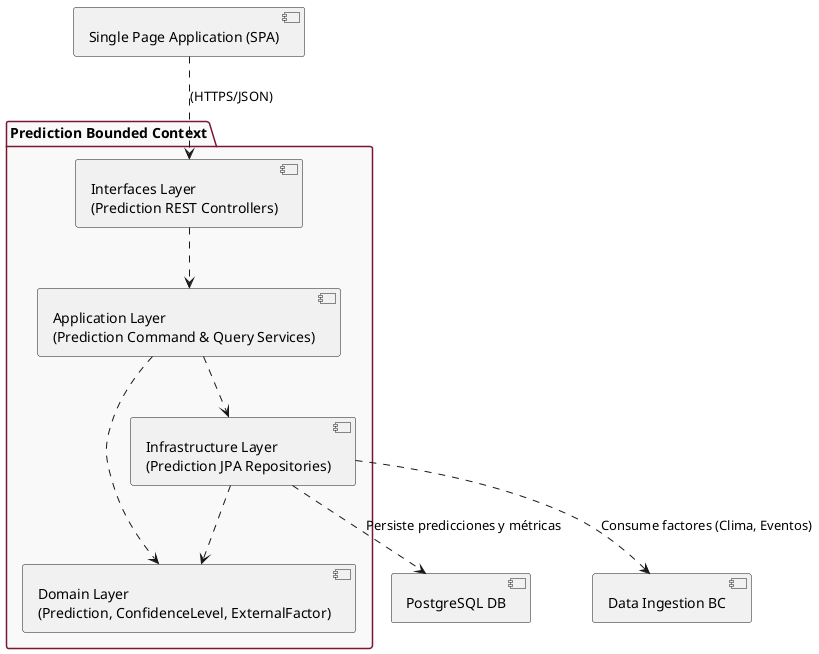
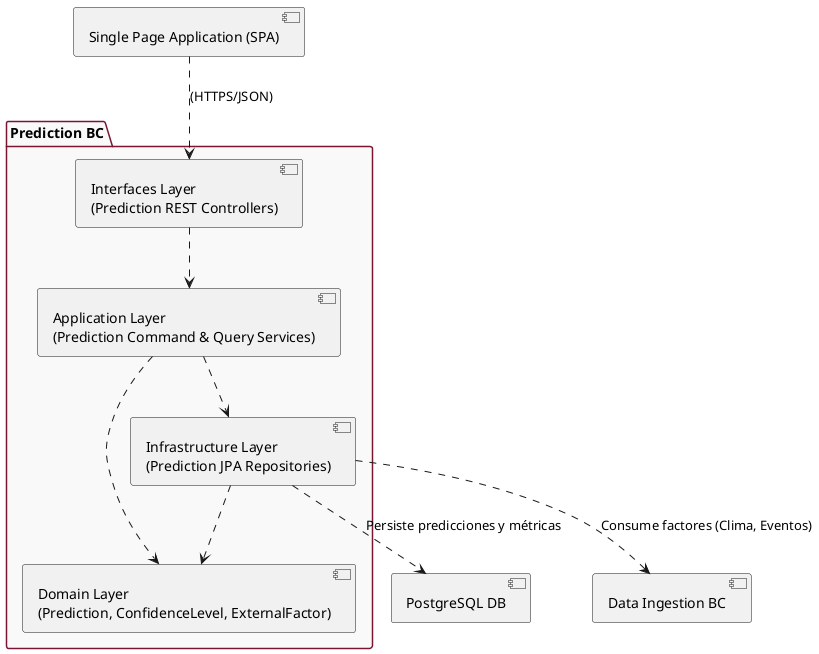
- @startuml "Capas - Prediction Context"
+ @startuml "Capas - Prediction BC"
skinparam componentStyle uml2
skinparam package {
  BackgroundColor #F9F9F9
  BorderColor #7A1631
}


- package "Prediction Bounded Context" {
+ package "Prediction BC" {

  component [Domain Layer\n(Prediction, ConfidenceLevel, ExternalFactor)] as Domain

  component [Application Layer\n(Prediction Command & Query Services)] as Application

  component [Interfaces Layer\n(Prediction REST Controllers)] as Interfaces

  component [Infrastructure Layer\n(Prediction JPA Repositories)] as Infra

  Interfaces ..> Application
  Application ..> Domain
  Application ..> Infra
  Infra ..> Domain
}

' Relaciones externas del módulo
[Single Page Application (SPA)] ..> Interfaces : "(HTTPS/JSON)"
Infra ..> [PostgreSQL DB] : "Persiste predicciones y métricas"
Infra ..> [Data Ingestion BC] : "Consume factores (Clima, Eventos)"

- @enduml+ @enduml
